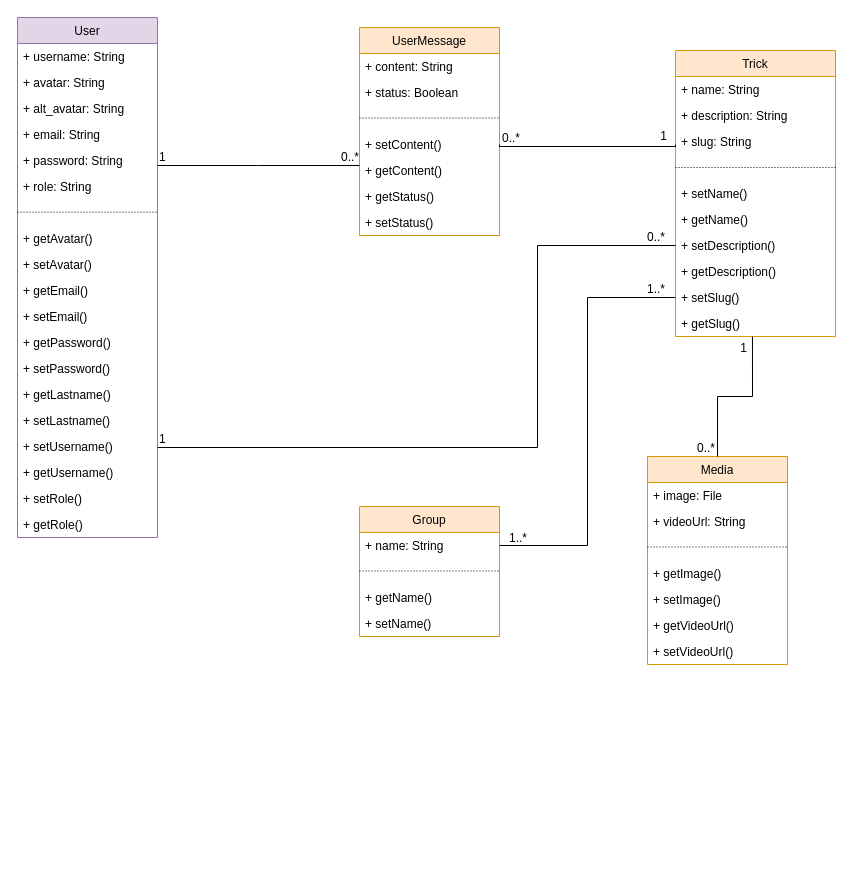
Before: page "8-Class diagram" (5 of 5) of diagrammes/diagrammes.drawio in klaxurit/klaxurit-JuncaHugo_6_16092022, a draw.io diagram. Source tidied: cells renumbered, new cells numbered last; positions are measured from the earlier drawing's top-left corner, leaving out a move shared by most shapes. Both pictures are drawn from the tidied source at 100%, with x=0, y=0 at pixel (17, 17).
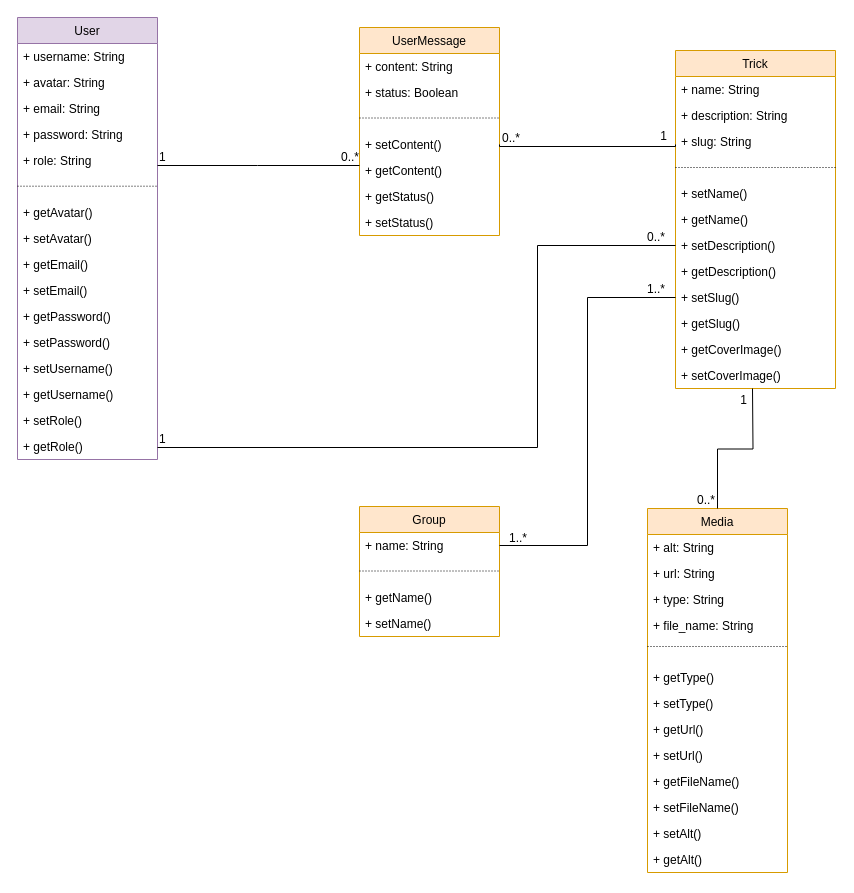
The same diagram, later.

Unchanged cells that the change refers to:
```xml
<mxCell id="22" value="+ getSlug()&#10;" style="text;strokeColor=none;fillColor=none;align=left;verticalAlign=top;spacingLeft=4;spacingRight=4;overflow=hidden;points=[[0,0.5],[1,0.5]];portConstraint=eastwest;" parent="11" vertex="1">
  <mxGeometry y="260" width="160" height="26" as="geometry" />
</mxCell>
```

Diff of the diagram source:
```diff
@@
     <mxCell id="11" value="Trick" style="swimlane;fontStyle=0;horizontal=1;startSize=26;strokeWidth=1;fillColor=#ffe6cc;strokeColor=#d79b00;fontColor=#000000;" parent="1" vertex="1">
-      <mxGeometry x="658" y="33" width="160" height="286" as="geometry" />
+      <mxGeometry x="658" y="33" width="160" height="338" as="geometry" />
     </mxCell>
@@
+    <mxCell id="74" value="+ getCoverImage()&#10;" style="text;strokeColor=none;fillColor=none;align=left;verticalAlign=top;spacingLeft=4;spacingRight=4;overflow=hidden;" parent="11" vertex="1">
+      <mxGeometry y="286" width="160" height="26" as="geometry" />
+    </mxCell>
+    <mxCell id="75" value="+ setCoverImage()&#10;" style="text;strokeColor=none;fillColor=none;align=left;verticalAlign=top;spacingLeft=4;spacingRight=4;overflow=hidden;" parent="11" vertex="1">
+      <mxGeometry y="312" width="160" height="26" as="geometry" />
+    </mxCell>
     <mxCell id="23" value="User" style="swimlane;fontStyle=0;horizontal=1;startSize=26;fillColor=#e1d5e7;strokeColor=#9673a6;fontColor=#000000;" parent="1" vertex="1">
-      <mxGeometry width="140" height="520" as="geometry" />
+      <mxGeometry width="140" height="442" as="geometry" />
     </mxCell>
@@
-    <mxCell id="26" value="+ alt_avatar: String" style="text;strokeColor=none;fillColor=none;align=left;verticalAlign=top;spacingLeft=4;spacingRight=4;overflow=hidden;" parent="23" vertex="1">
-      <mxGeometry y="78" width="140" height="26" as="geometry" />
-    </mxCell>
     <mxCell id="27" value="+ email: String" style="text;strokeColor=none;fillColor=none;align=left;verticalAlign=top;spacingLeft=4;spacingRight=4;overflow=hidden;" parent="23" vertex="1">
-      <mxGeometry y="104" width="140" height="26" as="geometry" />
+      <mxGeometry y="78" width="140" height="26" as="geometry" />
     </mxCell>
     <mxCell id="28" value="+ password: String" style="text;strokeColor=none;fillColor=none;align=left;verticalAlign=top;spacingLeft=4;spacingRight=4;overflow=hidden;" parent="23" vertex="1">
-      <mxGeometry y="130" width="140" height="26" as="geometry" />
+      <mxGeometry y="104" width="140" height="26" as="geometry" />
     </mxCell>
     <mxCell id="29" value="+ role: String" style="text;strokeColor=none;fillColor=none;align=left;verticalAlign=top;spacingLeft=4;spacingRight=4;overflow=hidden;" parent="23" vertex="1">
-      <mxGeometry y="156" width="140" height="26" as="geometry" />
+      <mxGeometry y="130" width="140" height="26" as="geometry" />
     </mxCell>
     <mxCell id="30" style="text;strokeColor=none;fillColor=none;align=left;verticalAlign=top;spacingLeft=4;spacingRight=4;overflow=hidden;" parent="23" vertex="1">
-      <mxGeometry y="182" width="140" height="26" as="geometry" />
+      <mxGeometry y="156" width="140" height="26" as="geometry" />
     </mxCell>
+    <mxCell id="32" value="+ getAvatar()" style="text;strokeColor=none;fillColor=none;align=left;verticalAlign=top;spacingLeft=4;spacingRight=4;overflow=hidden;" parent="23" vertex="1">
+      <mxGeometry y="182" width="140" height="26" as="geometry" />
+    </mxCell>
     <mxCell id="31" style="endArrow=none;html=1;rounded=0;dashed=1;dashPattern=1 2;exitX=0;exitY=0.5;exitDx=0;exitDy=0;entryX=1;entryY=0.5;entryDx=0;entryDy=0;" parent="23" edge="1">
       <mxGeometry relative="1" as="geometry">
-        <mxPoint y="194.7" as="sourcePoint" />
-        <mxPoint x="140" y="194.7" as="targetPoint" />
+        <mxPoint y="168.7" as="sourcePoint" />
+        <mxPoint x="140" y="168.7" as="targetPoint" />
       </mxGeometry>
     </mxCell>
-    <mxCell id="32" value="+ getAvatar()" style="text;strokeColor=none;fillColor=none;align=left;verticalAlign=top;spacingLeft=4;spacingRight=4;overflow=hidden;" parent="23" vertex="1">
-      <mxGeometry y="208" width="140" height="26" as="geometry" />
-    </mxCell>
     <mxCell id="33" value="+ setAvatar()" style="text;strokeColor=none;fillColor=none;align=left;verticalAlign=top;spacingLeft=4;spacingRight=4;overflow=hidden;" parent="23" vertex="1">
-      <mxGeometry y="234" width="140" height="26" as="geometry" />
+      <mxGeometry y="208" width="140" height="26" as="geometry" />
     </mxCell>
     <mxCell id="34" value="+ getEmail()" style="text;strokeColor=none;fillColor=none;align=left;verticalAlign=top;spacingLeft=4;spacingRight=4;overflow=hidden;" parent="23" vertex="1">
-      <mxGeometry y="260" width="140" height="26" as="geometry" />
+      <mxGeometry y="234" width="140" height="26" as="geometry" />
     </mxCell>
     <mxCell id="35" value="+ setEmail()" style="text;strokeColor=none;fillColor=none;align=left;verticalAlign=top;spacingLeft=4;spacingRight=4;overflow=hidden;" parent="23" vertex="1">
-      <mxGeometry y="286" width="140" height="26" as="geometry" />
+      <mxGeometry y="260" width="140" height="26" as="geometry" />
     </mxCell>
     <mxCell id="36" value="+ getPassword()" style="text;strokeColor=none;fillColor=none;align=left;verticalAlign=top;spacingLeft=4;spacingRight=4;overflow=hidden;" parent="23" vertex="1">
-      <mxGeometry y="312" width="140" height="26" as="geometry" />
+      <mxGeometry y="286" width="140" height="26" as="geometry" />
     </mxCell>
     <mxCell id="37" value="+ setPassword()" style="text;strokeColor=none;fillColor=none;align=left;verticalAlign=top;spacingLeft=4;spacingRight=4;overflow=hidden;" parent="23" vertex="1">
-      <mxGeometry y="338" width="140" height="26" as="geometry" />
+      <mxGeometry y="312" width="140" height="26" as="geometry" />
     </mxCell>
-    <mxCell id="38" value="+ getLastname()" style="text;strokeColor=none;fillColor=none;align=left;verticalAlign=top;spacingLeft=4;spacingRight=4;overflow=hidden;" parent="23" vertex="1">
-      <mxGeometry y="364" width="140" height="26" as="geometry" />
-    </mxCell>
-    <mxCell id="39" value="+ setLastname()" style="text;strokeColor=none;fillColor=none;align=left;verticalAlign=top;spacingLeft=4;spacingRight=4;overflow=hidden;" parent="23" vertex="1">
-      <mxGeometry y="390" width="140" height="26" as="geometry" />
-    </mxCell>
     <mxCell id="40" value="+ setUsername()" style="text;strokeColor=none;fillColor=none;align=left;verticalAlign=top;spacingLeft=4;spacingRight=4;overflow=hidden;" parent="23" vertex="1">
-      <mxGeometry y="416" width="140" height="26" as="geometry" />
+      <mxGeometry y="338" width="140" height="26" as="geometry" />
     </mxCell>
     <mxCell id="41" value="+ getUsername()" style="text;strokeColor=none;fillColor=none;align=left;verticalAlign=top;spacingLeft=4;spacingRight=4;overflow=hidden;" parent="23" vertex="1">
-      <mxGeometry y="442" width="140" height="26" as="geometry" />
+      <mxGeometry y="364" width="140" height="26" as="geometry" />
     </mxCell>
     <mxCell id="42" value="+ setRole()" style="text;strokeColor=none;fillColor=none;align=left;verticalAlign=top;spacingLeft=4;spacingRight=4;overflow=hidden;" parent="23" vertex="1">
-      <mxGeometry y="468" width="140" height="26" as="geometry" />
+      <mxGeometry y="390" width="140" height="26" as="geometry" />
     </mxCell>
     <mxCell id="43" value="+ getRole()" style="text;strokeColor=none;fillColor=none;align=left;verticalAlign=top;spacingLeft=4;spacingRight=4;overflow=hidden;" parent="23" vertex="1">
-      <mxGeometry y="494" width="140" height="26" as="geometry" />
+      <mxGeometry y="416" width="140" height="26" as="geometry" />
     </mxCell>
@@
     <mxCell id="62" value="Media" style="swimlane;fontStyle=0;horizontal=1;startSize=26;strokeWidth=1;fillColor=#ffe6cc;strokeColor=#d79b00;fontColor=#000000;" parent="1" vertex="1">
-      <mxGeometry x="630" y="439" width="140" height="208" as="geometry" />
+      <mxGeometry x="630" y="491" width="140" height="364" as="geometry" />
     </mxCell>
-    <mxCell id="63" value="+ image: File" style="text;strokeColor=none;fillColor=none;align=left;verticalAlign=top;spacingLeft=4;spacingRight=4;overflow=hidden;" parent="62" vertex="1">
+    <mxCell id="63" value="+ alt: String" style="text;strokeColor=none;fillColor=none;align=left;verticalAlign=top;spacingLeft=4;spacingRight=4;overflow=hidden;" parent="62" vertex="1">
       <mxGeometry y="26" width="140" height="26" as="geometry" />
     </mxCell>
-    <mxCell id="64" value="+ videoUrl: String" style="text;strokeColor=none;fillColor=none;align=left;verticalAlign=top;spacingLeft=4;spacingRight=4;overflow=hidden;" parent="62" vertex="1">
+    <mxCell id="64" value="+ url: String" style="text;strokeColor=none;fillColor=none;align=left;verticalAlign=top;spacingLeft=4;spacingRight=4;overflow=hidden;" parent="62" vertex="1">
       <mxGeometry y="52" width="140" height="26" as="geometry" />
     </mxCell>
+    <mxCell id="76" value="+ type: String" style="text;strokeColor=none;fillColor=none;align=left;verticalAlign=top;spacingLeft=4;spacingRight=4;overflow=hidden;" parent="62" vertex="1">
+      <mxGeometry y="78" width="140" height="26" as="geometry" />
+    </mxCell>
+    <mxCell id="77" value="+ file_name: String" style="text;strokeColor=none;fillColor=none;align=left;verticalAlign=top;spacingLeft=4;spacingRight=4;overflow=hidden;" parent="62" vertex="1">
+      <mxGeometry y="104" width="140" height="26" as="geometry" />
+    </mxCell>
     <mxCell id="65" style="endArrow=none;html=1;rounded=0;dashed=1;dashPattern=1 2;exitX=0;exitY=0.5;exitDx=0;exitDy=0;entryX=1;entryY=0.5;entryDx=0;entryDy=0;" parent="62" edge="1">
       <mxGeometry relative="1" as="geometry">
-        <mxPoint y="90.5" as="sourcePoint" />
-        <mxPoint x="140" y="90.5" as="targetPoint" />
+        <mxPoint y="138" as="sourcePoint" />
+        <mxPoint x="140" y="138" as="targetPoint" />
       </mxGeometry>
     </mxCell>
     <mxCell id="66" value="    " style="text;strokeColor=none;fillColor=none;align=left;verticalAlign=top;spacingLeft=4;spacingRight=4;overflow=hidden;" parent="62" vertex="1">
-      <mxGeometry y="78" width="140" height="26" as="geometry" />
+      <mxGeometry y="130" width="140" height="26" as="geometry" />
     </mxCell>
-    <mxCell id="67" value="+ getImage()" style="text;strokeColor=none;fillColor=none;align=left;verticalAlign=top;spacingLeft=4;spacingRight=4;overflow=hidden;" parent="62" vertex="1">
-      <mxGeometry y="104" width="140" height="26" as="geometry" />
+    <mxCell id="67" value="+ getType()" style="text;strokeColor=none;fillColor=none;align=left;verticalAlign=top;spacingLeft=4;spacingRight=4;overflow=hidden;" parent="62" vertex="1">
+      <mxGeometry y="156" width="140" height="26" as="geometry" />
     </mxCell>
-    <mxCell id="68" value="+ setImage()" style="text;strokeColor=none;fillColor=none;align=left;verticalAlign=top;spacingLeft=4;spacingRight=4;overflow=hidden;" parent="62" vertex="1">
-      <mxGeometry y="130" width="140" height="26" as="geometry" />
+    <mxCell id="68" value="+ setType()" style="text;strokeColor=none;fillColor=none;align=left;verticalAlign=top;spacingLeft=4;spacingRight=4;overflow=hidden;" parent="62" vertex="1">
+      <mxGeometry y="182" width="140" height="26" as="geometry" />
     </mxCell>
-    <mxCell id="69" value="+ getVideoUrl()" style="text;strokeColor=none;fillColor=none;align=left;verticalAlign=top;spacingLeft=4;spacingRight=4;overflow=hidden;" parent="62" vertex="1">
-      <mxGeometry y="156" width="140" height="26" as="geometry" />
+    <mxCell id="69" value="+ getUrl()" style="text;strokeColor=none;fillColor=none;align=left;verticalAlign=top;spacingLeft=4;spacingRight=4;overflow=hidden;" parent="62" vertex="1">
+      <mxGeometry y="208" width="140" height="26" as="geometry" />
     </mxCell>
-    <mxCell id="70" value="+ setVideoUrl()" style="text;strokeColor=none;fillColor=none;align=left;verticalAlign=top;spacingLeft=4;spacingRight=4;overflow=hidden;" parent="62" vertex="1">
-      <mxGeometry y="182" width="140" height="26" as="geometry" />
+    <mxCell id="70" value="+ setUrl()" style="text;strokeColor=none;fillColor=none;align=left;verticalAlign=top;spacingLeft=4;spacingRight=4;overflow=hidden;" parent="62" vertex="1">
+      <mxGeometry y="234" width="140" height="26" as="geometry" />
     </mxCell>
+    <mxCell id="78" value="+ getFileName()" style="text;strokeColor=none;fillColor=none;align=left;verticalAlign=top;spacingLeft=4;spacingRight=4;overflow=hidden;" parent="62" vertex="1">
+      <mxGeometry y="260" width="140" height="26" as="geometry" />
+    </mxCell>
+    <mxCell id="79" value="+ setFileName()" style="text;strokeColor=none;fillColor=none;align=left;verticalAlign=top;spacingLeft=4;spacingRight=4;overflow=hidden;" parent="62" vertex="1">
+      <mxGeometry y="286" width="140" height="26" as="geometry" />
+    </mxCell>
+    <mxCell id="80" value="+ setAlt()" style="text;strokeColor=none;fillColor=none;align=left;verticalAlign=top;spacingLeft=4;spacingRight=4;overflow=hidden;" parent="62" vertex="1">
+      <mxGeometry y="312" width="140" height="26" as="geometry" />
+    </mxCell>
+    <mxCell id="81" value="+ getAlt()" style="text;strokeColor=none;fillColor=none;align=left;verticalAlign=top;spacingLeft=4;spacingRight=4;overflow=hidden;" parent="62" vertex="1">
+      <mxGeometry y="338" width="140" height="26" as="geometry" />
+    </mxCell>
-    <mxCell id="71" style="endArrow=none;html=1;rounded=0;entryX=0.481;entryY=1;entryDx=0;entryDy=0;exitX=0.5;exitY=0;exitDx=0;exitDy=0;edgeStyle=orthogonalEdgeStyle;entryPerimeter=0;" parent="1" edge="1" source="62" target="22">
-      <mxGeometry relative="1" as="geometry" />
+    <mxCell id="71" style="endArrow=none;html=1;rounded=0;entryX=0.481;entryY=1;entryDx=0;entryDy=0;exitX=0.5;exitY=0;exitDx=0;exitDy=0;edgeStyle=orthogonalEdgeStyle;entryPerimeter=0;" parent="1" edge="1" source="62">
+      <mxGeometry relative="1" as="geometry">
+        <mxPoint x="735" y="371" as="targetPoint" />
+      </mxGeometry>
     </mxCell>
@@
     <mxCell id="73" value="1" style="html=1;align=right;verticalAlign=bottom;" parent="1" vertex="1">
-      <mxGeometry x="730" y="339" as="geometry" />
+      <mxGeometry x="730" y="391" as="geometry" />
     </mxCell>
```
